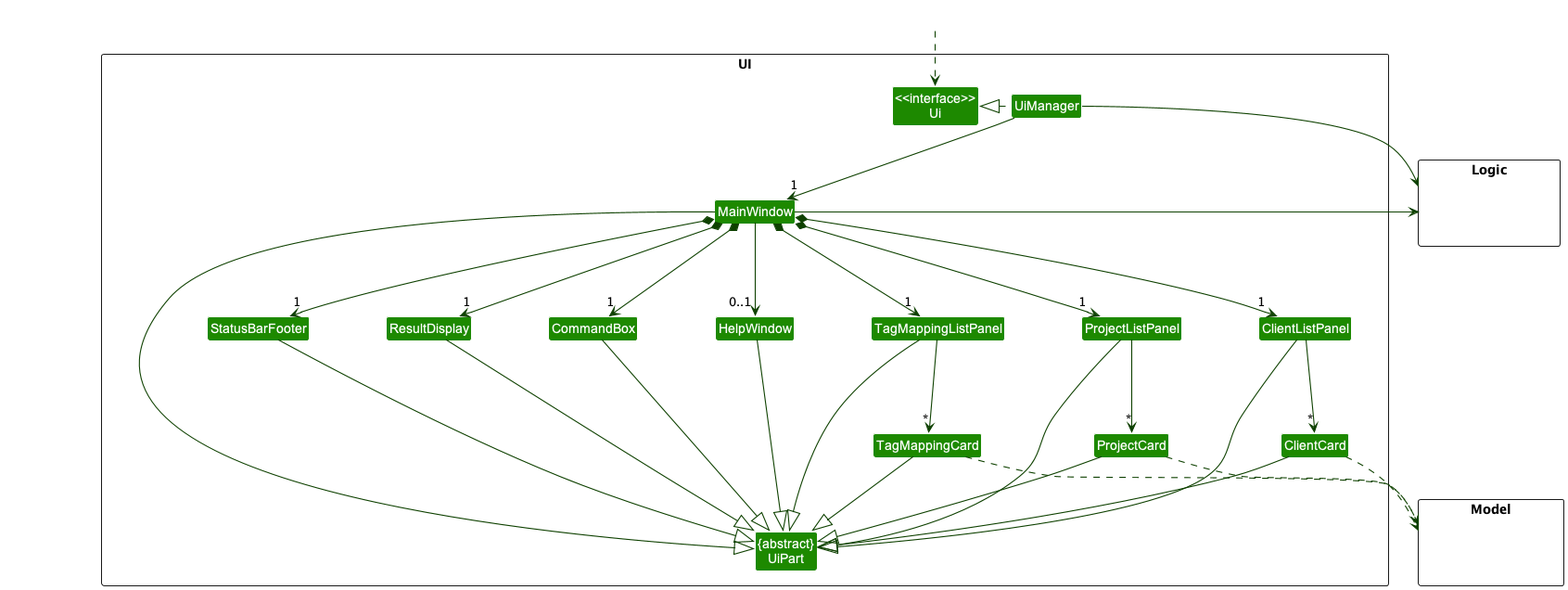
The PlantUML diagram docs/images/UiClassDiagram.png in nus-cs2103-AY2223S2/tp, before a commit.
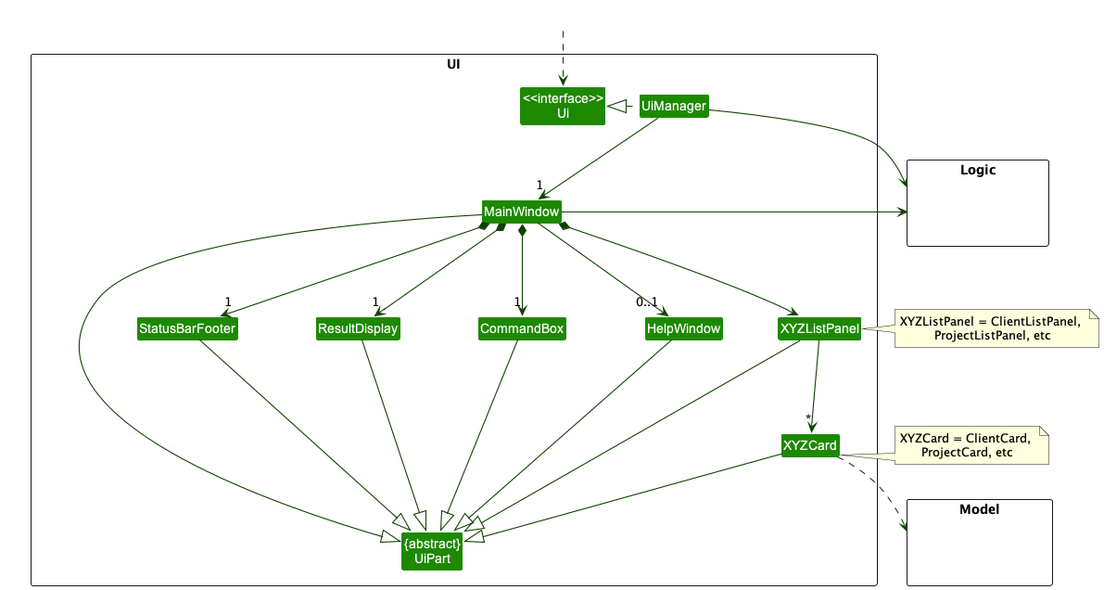
After the commit.

Diff of the diagram source:
```diff
@@ -11,12 +11,8 @@
 Class MainWindow
 Class HelpWindow
 Class ResultDisplay
-Class ClientListPanel
-Class ClientCard
-Class ProjectListPanel
-Class ProjectCard
-Class TagMappingListPanel
-Class TagMappingCard
+Class XYZListPanel
+Class XYZCard
 Class StatusBarFooter
 Class CommandBox
 }
@@ -36,38 +32,27 @@
 UiManager -down-> "1" MainWindow
 MainWindow *-down->  "1" CommandBox
 MainWindow *-down-> "1" ResultDisplay
-MainWindow *-down-> "1" ClientListPanel
-MainWindow *-down-> "1" ProjectListPanel
-MainWindow *-down-> "1" TagMappingListPanel
+MainWindow *-down-> XYZListPanel
 MainWindow *-down-> "1" StatusBarFooter
 MainWindow --> "0..1" HelpWindow
-
-ClientListPanel -down-> "*" ClientCard
-ProjectListPanel -down-> "*" ProjectCard
-TagMappingListPanel -down-> "*" TagMappingCard
+XYZListPanel -down-> "*" XYZCard
+note right of XYZListPanel: XYZListPanel = ClientListPanel, \nProjectListPanel, etc
+note right of XYZCard: XYZCard = ClientCard, \nProjectCard, etc
 
 MainWindow -left-|> UiPart
 
 ResultDisplay --|> UiPart
 CommandBox --|> UiPart
-ClientListPanel --|> UiPart
-ClientCard --|> UiPart
-ProjectListPanel --|> UiPart
-ProjectCard --|> UiPart
-TagMappingListPanel --|> UiPart
-TagMappingCard --|> UiPart
+XYZListPanel --|> UiPart
+XYZCard --|> UiPart
 StatusBarFooter --|> UiPart
 HelpWindow --|> UiPart
 
-ClientCard ..> Model
-ProjectCard ..> Model
-TagMappingCard ..> Model
+XYZCard ..> Model
 UiManager -right-> Logic
 MainWindow -left-> Logic
 
-ClientListPanel -[hidden]left- ProjectListPanel
-ProjectListPanel -[hidden]left- TagMappingListPanel
-TagMappingListPanel -[hidden]left- HelpWindow
+XYZListPanel -[hidden]left- HelpWindow
 HelpWindow -[hidden]left- CommandBox
 CommandBox -[hidden]left- ResultDisplay
 ResultDisplay -[hidden]left- StatusBarFooter
```
